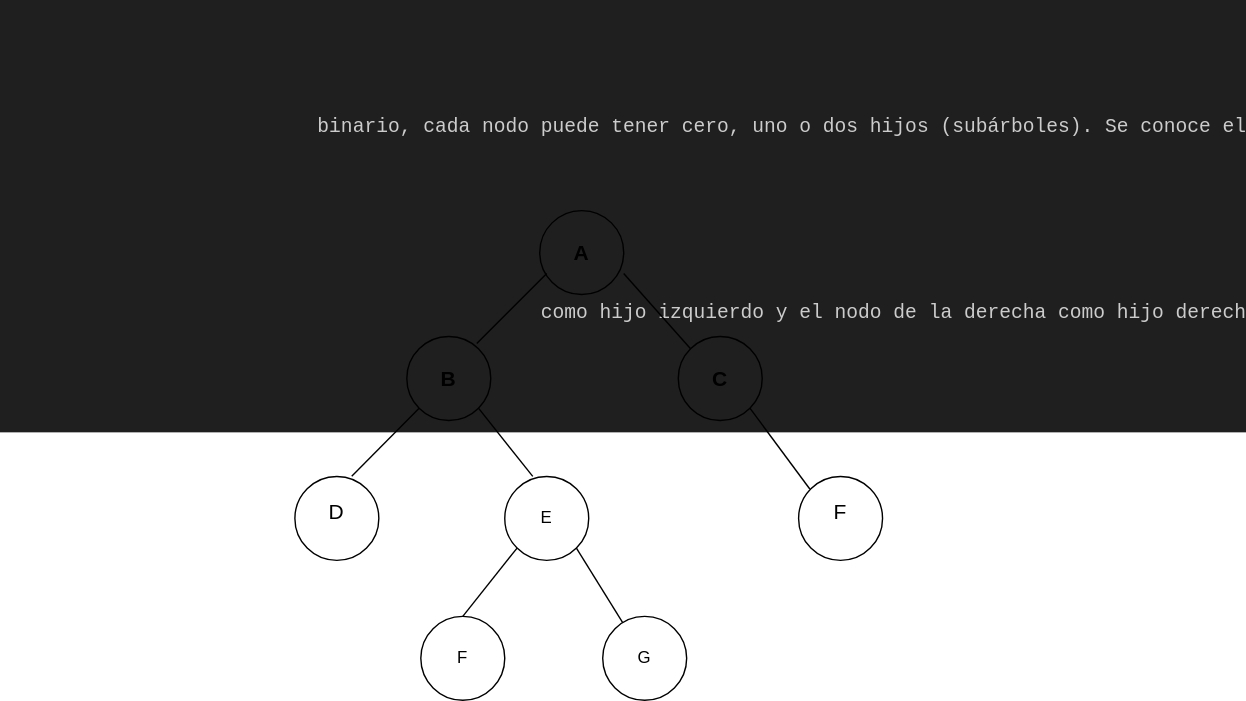
This is Estructura-de-datos/Arboles/Arbol-binario.drawio.svg from Nordcode-cyber/Algoritmos-Estructdatos, a draw.io export, as it was before one commit. Source tidied: cells renumbered, new cells last; positions are measured from the earlier drawing's top-left corner, leaving out a move shared by most shapes.
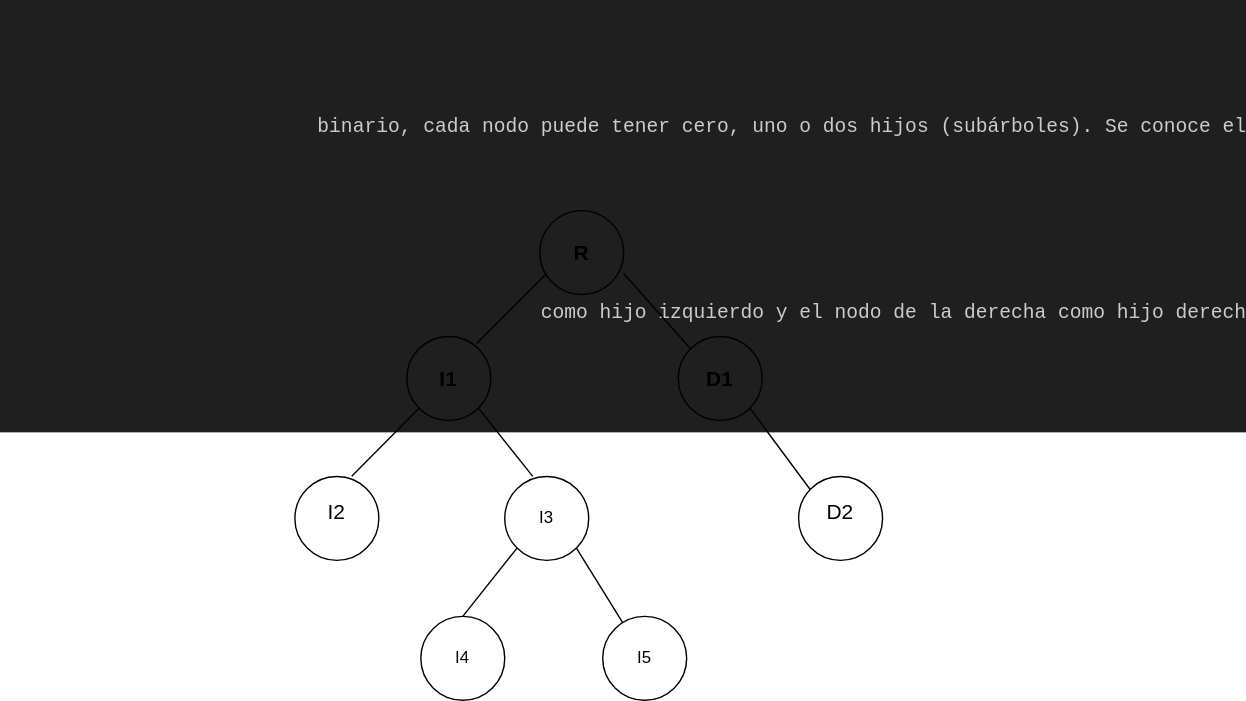
The same file after the commit.

What changed in the source:
```diff
@@ -17,13 +17,13 @@
     <mxCell id="6" style="ellipse;whiteSpace=wrap;html=1;fillColor=none;" parent="1" vertex="1">
       <mxGeometry x="484" y="240" width="60" height="60" as="geometry" />
     </mxCell>
-    <mxCell id="7" value="&lt;font style=&quot;font-size: 15px;&quot;&gt;&lt;b&gt;A&lt;/b&gt;&lt;/font&gt;" style="text;html=1;align=center;verticalAlign=middle;whiteSpace=wrap;rounded=0;" parent="1" vertex="1">
+    <mxCell id="7" value="&lt;font style=&quot;font-size: 15px;&quot;&gt;&lt;b&gt;R&lt;/b&gt;&lt;/font&gt;" style="text;html=1;align=center;verticalAlign=middle;whiteSpace=wrap;rounded=0;" parent="1" vertex="1">
       <mxGeometry x="385" y="165" width="60" height="30" as="geometry" />
     </mxCell>
-    <mxCell id="8" value="&lt;font style=&quot;font-size: 15px;&quot;&gt;&lt;b&gt;B&lt;/b&gt;&lt;/font&gt;" style="text;html=1;align=center;verticalAlign=middle;whiteSpace=wrap;rounded=0;" parent="1" vertex="1">
+    <mxCell id="8" value="&lt;font style=&quot;font-size: 15px;&quot;&gt;&lt;b&gt;I1&lt;/b&gt;&lt;/font&gt;" style="text;html=1;align=center;verticalAlign=middle;whiteSpace=wrap;rounded=0;" parent="1" vertex="1">
       <mxGeometry x="290" y="255" width="60" height="30" as="geometry" />
     </mxCell>
-    <mxCell id="9" value="&lt;font style=&quot;font-size: 15px;&quot;&gt;&lt;b&gt;C&lt;/b&gt;&lt;/font&gt;" style="text;html=1;align=center;verticalAlign=middle;whiteSpace=wrap;rounded=0;" parent="1" vertex="1">
+    <mxCell id="9" value="&lt;span style=&quot;font-size: 15px;&quot;&gt;&lt;b&gt;D1&lt;/b&gt;&lt;/span&gt;" style="text;html=1;align=center;verticalAlign=middle;whiteSpace=wrap;rounded=0;" parent="1" vertex="1">
       <mxGeometry x="484" y="255" width="60" height="30" as="geometry" />
     </mxCell>
     <mxCell id="10" style="endArrow=none;html=1;" parent="1" edge="1">
@@ -41,10 +41,10 @@
     <mxCell id="13" style="ellipse;whiteSpace=wrap;html=1;fillColor=none;" parent="1" vertex="1">
       <mxGeometry x="360" y="340" width="60" height="60" as="geometry" />
     </mxCell>
-    <mxCell id="14" value="&lt;font style=&quot;font-size: 15px;&quot;&gt;D&lt;/font&gt;" style="text;html=1;align=center;verticalAlign=middle;whiteSpace=wrap;rounded=0;" parent="1" vertex="1">
+    <mxCell id="14" value="&lt;span style=&quot;font-size: 15px;&quot;&gt;I2&lt;/span&gt;" style="text;html=1;align=center;verticalAlign=middle;whiteSpace=wrap;rounded=0;" parent="1" vertex="1">
       <mxGeometry x="210" y="350" width="60" height="30" as="geometry" />
     </mxCell>
-    <mxCell id="15" value="E" style="text;html=1;align=center;verticalAlign=middle;whiteSpace=wrap;rounded=0;" parent="1" vertex="1">
+    <mxCell id="15" value="I3" style="text;html=1;align=center;verticalAlign=middle;whiteSpace=wrap;rounded=0;" parent="1" vertex="1">
       <mxGeometry x="360" y="355" width="60" height="30" as="geometry" />
     </mxCell>
     <mxCell id="16" style="endArrow=none;html=1;entryX=0;entryY=1;entryDx=0;entryDy=0;exitX=0.677;exitY=-0.003;exitDx=0;exitDy=0;exitPerimeter=0;" parent="1" edge="1" source="12" target="5">
@@ -58,7 +58,7 @@
     <mxCell id="18" style="ellipse;whiteSpace=wrap;html=1;fillColor=none;" parent="1" vertex="1">
       <mxGeometry x="570" y="340" width="60" height="60" as="geometry" />
     </mxCell>
-    <mxCell id="19" value="&lt;font style=&quot;font-size: 15px;&quot;&gt;F&lt;/font&gt;" style="text;html=1;align=center;verticalAlign=middle;whiteSpace=wrap;rounded=0;" parent="1" vertex="1">
+    <mxCell id="19" value="&lt;span style=&quot;font-size: 15px;&quot;&gt;D2&lt;/span&gt;" style="text;html=1;align=center;verticalAlign=middle;whiteSpace=wrap;rounded=0;" parent="1" vertex="1">
       <mxGeometry x="570" y="350" width="60" height="30" as="geometry" />
     </mxCell>
     <mxCell id="20" style="endArrow=none;html=1;entryX=1;entryY=1;entryDx=0;entryDy=0;" parent="1" edge="1" target="6">
@@ -72,10 +72,10 @@
     <mxCell id="22" style="ellipse;whiteSpace=wrap;html=1;fillColor=none;" parent="1" vertex="1">
       <mxGeometry x="430" y="440" width="60" height="60" as="geometry" />
     </mxCell>
-    <mxCell id="23" value="F" style="text;html=1;align=center;verticalAlign=middle;whiteSpace=wrap;rounded=0;" parent="1" vertex="1">
+    <mxCell id="23" value="I4" style="text;html=1;align=center;verticalAlign=middle;whiteSpace=wrap;rounded=0;" parent="1" vertex="1">
       <mxGeometry x="300" y="455" width="60" height="30" as="geometry" />
     </mxCell>
-    <mxCell id="24" value="G" style="text;html=1;align=center;verticalAlign=middle;whiteSpace=wrap;rounded=0;" parent="1" vertex="1">
+    <mxCell id="24" value="I5" style="text;html=1;align=center;verticalAlign=middle;whiteSpace=wrap;rounded=0;" parent="1" vertex="1">
       <mxGeometry x="430" y="455" width="60" height="30" as="geometry" />
     </mxCell>
     <mxCell id="25" style="endArrow=none;html=1;exitX=0.5;exitY=0;exitDx=0;exitDy=0;entryX=0;entryY=1;entryDx=0;entryDy=0;" parent="1" edge="1" source="21" target="13">
```
